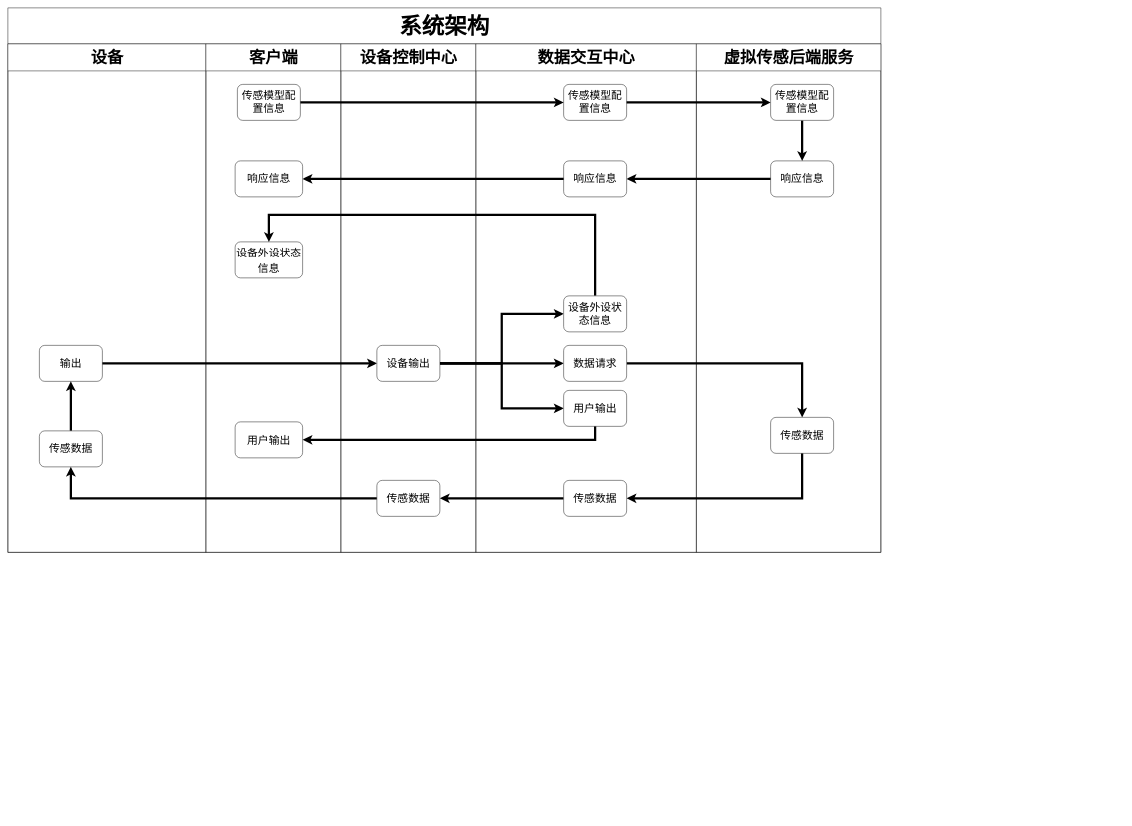
The draw.io diagram Copy of architecture.drawio in Placeboy/FakeHub, before the edit. Source tidied: cells renumbered, new cells numbered last; positions are measured from the earlier drawing's top-left corner, leaving out a move shared by most shapes. Both pictures are drawn from the tidied source at 45%, with x=0, y=0 at pixel (8, 8).
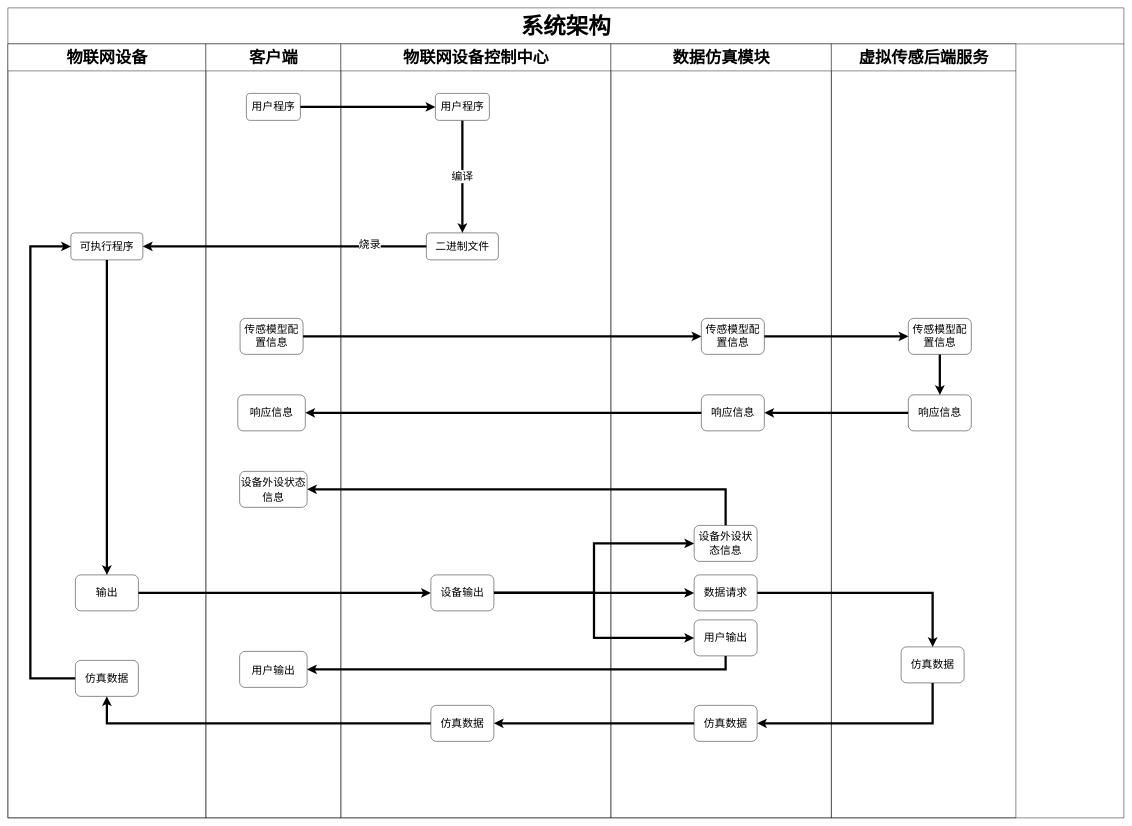
Above is the later version.

What changed in the source:
```diff
@@
     <mxCell id="2" value="&lt;font style=&quot;font-size: 50px;&quot;&gt;系统架构&lt;/font&gt;" style="swimlane;html=1;startSize=80;rounded=0;shadow=0;labelBackgroundColor=none;strokeWidth=1;fontFamily=Verdana;fontSize=8;align=center;" parent="1" vertex="1">
-      <mxGeometry width="1940" height="1210" as="geometry" />
+      <mxGeometry width="2480" height="1800" as="geometry" />
     </mxCell>
-    <mxCell id="3" value="&lt;font style=&quot;font-size: 36px;&quot;&gt;设备&lt;/font&gt;" style="swimlane;html=1;startSize=60;" parent="2" vertex="1">
-      <mxGeometry y="80" width="440" height="1130" as="geometry" />
+    <mxCell id="3" value="&lt;font style=&quot;font-size: 36px;&quot;&gt;物联网设备&lt;/font&gt;" style="swimlane;html=1;startSize=60;" parent="2" vertex="1">
+      <mxGeometry y="80" width="440" height="1720" as="geometry" />
     </mxCell>
     <mxCell id="4" value="&lt;font style=&quot;font-size: 24px;&quot;&gt;输出&lt;/font&gt;" style="rounded=1;whiteSpace=wrap;html=1;align=center;fillColor=default;strokeColor=default;" parent="3" vertex="1">
-      <mxGeometry x="70" y="670" width="140" height="80" as="geometry" />
+      <mxGeometry x="150" y="1180" width="140" height="80" as="geometry" />
     </mxCell>
-    <mxCell id="5" style="edgeStyle=orthogonalEdgeStyle;rounded=0;jettySize=auto;html=1;entryX=0.5;entryY=1;entryDx=0;entryDy=0;fontSize=28;fillColor=#d5e8d4;strokeColor=default;strokeWidth=5;" parent="3" edge="1" source="6" target="4">
-      <mxGeometry relative="1" as="geometry" />
-    </mxCell>
+    <mxCell id="41" style="edgeStyle=orthogonalEdgeStyle;rounded=0;jettySize=auto;html=1;entryX=0;entryY=0.5;entryDx=0;entryDy=0;fontSize=24;strokeWidth=5;" parent="3" edge="1" source="6" target="43">
+      <mxGeometry relative="1" as="geometry">
+        <Array as="points">
+          <mxPoint x="50" y="1410" />
+          <mxPoint x="50" y="450" />
+        </Array>
+      </mxGeometry>
+    </mxCell>
-    <mxCell id="6" value="&lt;font style=&quot;font-size: 24px&quot;&gt;传感数据&lt;/font&gt;" style="rounded=1;whiteSpace=wrap;html=1;align=center;" parent="3" vertex="1">
-      <mxGeometry x="70" y="860" width="140" height="80" as="geometry" />
+    <mxCell id="6" value="&lt;span style=&quot;font-size: 24px;&quot;&gt;仿真数据&lt;/span&gt;" style="rounded=1;whiteSpace=wrap;html=1;align=center;" parent="3" vertex="1">
+      <mxGeometry x="150" y="1370" width="140" height="80" as="geometry" />
     </mxCell>
+    <mxCell id="42" style="edgeStyle=orthogonalEdgeStyle;rounded=0;jettySize=auto;html=1;entryX=0.5;entryY=0;entryDx=0;entryDy=0;fontSize=24;strokeWidth=5;" parent="3" edge="1" source="43" target="4">
+      <mxGeometry relative="1" as="geometry" />
+    </mxCell>
+    <mxCell id="43" value="&lt;font style=&quot;font-size: 24px;&quot;&gt;可执行程序&lt;/font&gt;" style="rounded=1;whiteSpace=wrap;html=1;" parent="3" vertex="1">
+      <mxGeometry x="140" y="420" width="160" height="60" as="geometry" />
+    </mxCell>
     <mxCell id="7" value="&lt;font style=&quot;font-size: 36px;&quot;&gt;客户端&lt;/font&gt;" style="swimlane;html=1;startSize=60;swimlaneLine=1;glass=0;shadow=0;arcSize=15;" parent="2" vertex="1">
-      <mxGeometry x="440" y="80" width="300" height="1130" as="geometry" />
+      <mxGeometry x="440" y="80" width="300" height="1720" as="geometry" />
     </mxCell>
     <mxCell id="8" value="&lt;font style=&quot;font-size: 24px;&quot;&gt;用户输出&lt;/font&gt;" style="rounded=1;whiteSpace=wrap;html=1;fontSize=28;fillColor=#FFFFFF;strokeColor=#000000;" parent="7" vertex="1">
-      <mxGeometry x="65" y="840" width="150" height="80" as="geometry" />
+      <mxGeometry x="75" y="1350" width="150" height="80" as="geometry" />
     </mxCell>
     <mxCell id="9" value="&lt;span style=&quot;font-size: 24px;&quot;&gt;设备外设状态信息&lt;/span&gt;" style="rounded=1;whiteSpace=wrap;html=1;fontSize=28;fillColor=#FFFFFF;strokeColor=#000000;" parent="7" vertex="1">
-      <mxGeometry x="65" y="440" width="150" height="80" as="geometry" />
+      <mxGeometry x="75" y="950" width="150" height="80" as="geometry" />
     </mxCell>
     <mxCell id="10" value="&lt;span style=&quot;font-size: 24px;&quot;&gt;传感模型配置信息&lt;/span&gt;" style="rounded=1;whiteSpace=wrap;html=1;align=center;" parent="7" vertex="1">
-      <mxGeometry x="70" y="90" width="140" height="80" as="geometry" />
+      <mxGeometry x="76" y="610" width="140" height="80" as="geometry" />
     </mxCell>
     <mxCell id="11" value="&lt;span style=&quot;font-size: 24px&quot;&gt;响应信息&lt;/span&gt;" style="rounded=1;whiteSpace=wrap;html=1;align=center;" parent="7" vertex="1">
-      <mxGeometry x="65" y="260" width="150" height="80" as="geometry" />
+      <mxGeometry x="71" y="780" width="150" height="80" as="geometry" />
     </mxCell>
-    <mxCell id="12" style="edgeStyle=orthogonalEdgeStyle;rounded=0;jettySize=auto;html=1;fillColor=#d5e8d4;strokeColor=#000000;strokeWidth=5;" parent="2" edge="1" source="33" target="26">
-      <mxGeometry relative="1" as="geometry">
-        <Array as="points">
-          <mxPoint x="1765" y="1090" />
-        </Array>
-      </mxGeometry>
-    </mxCell>
+    <mxCell id="44" value="&lt;font style=&quot;font-size: 24px;&quot;&gt;用户程序&lt;/font&gt;" style="rounded=1;whiteSpace=wrap;html=1;" parent="7" vertex="1">
+      <mxGeometry x="90" y="110" width="120" height="60" as="geometry" />
+    </mxCell>
@@
     <mxCell id="18" style="edgeStyle=orthogonalEdgeStyle;rounded=0;jettySize=auto;html=1;entryX=1;entryY=0.5;entryDx=0;entryDy=0;strokeWidth=5;fillColor=#d5e8d4;strokeColor=#000000;" parent="2" edge="1" source="28" target="8">
       <mxGeometry relative="1" as="geometry">
         <Array as="points">
-          <mxPoint x="1305" y="910" />
+          <mxPoint x="1595" y="1470" />
         </Array>
       </mxGeometry>
     </mxCell>
@@
     <mxCell id="20" style="edgeStyle=orthogonalEdgeStyle;rounded=0;jettySize=auto;html=1;fontSize=24;strokeColor=default;strokeWidth=5;" parent="2" edge="1" source="29" target="9">
       <mxGeometry relative="1" as="geometry">
         <Array as="points">
-          <mxPoint x="1305" y="460" />
+          <mxPoint x="1595" y="1070" />
         </Array>
       </mxGeometry>
     </mxCell>
@@
-    <mxCell id="22" value="&lt;font style=&quot;font-size: 36px;&quot;&gt;设备控制中心&lt;/font&gt;" style="swimlane;html=1;startSize=60;" parent="2" vertex="1">
-      <mxGeometry x="740" y="80" width="300" height="1130" as="geometry" />
+    <mxCell id="22" value="&lt;font style=&quot;font-size: 36px;&quot;&gt;物联网设备控制中心&lt;/font&gt;" style="swimlane;html=1;startSize=60;" parent="2" vertex="1">
+      <mxGeometry x="740" y="80" width="600" height="1720" as="geometry" />
     </mxCell>
-    <mxCell id="23" value="&lt;font style=&quot;font-size: 24px&quot;&gt;传感数据&lt;/font&gt;" style="rounded=1;whiteSpace=wrap;html=1;align=center;" parent="22" vertex="1">
-      <mxGeometry x="80" y="970" width="140" height="80" as="geometry" />
+    <mxCell id="23" value="&lt;span style=&quot;font-size: 24px;&quot;&gt;仿真数据&lt;/span&gt;" style="rounded=1;whiteSpace=wrap;html=1;align=center;" parent="22" vertex="1">
+      <mxGeometry x="200" y="1470" width="140" height="80" as="geometry" />
     </mxCell>
     <mxCell id="24" value="&lt;span style=&quot;font-size: 24px&quot;&gt;设备输出&lt;/span&gt;" style="rounded=1;whiteSpace=wrap;html=1;align=center;shadow=0;" parent="22" vertex="1">
-      <mxGeometry x="80" y="670" width="140" height="80" as="geometry" />
+      <mxGeometry x="200" y="1180" width="140" height="80" as="geometry" />
     </mxCell>
+    <mxCell id="45" value="编译" style="edgeStyle=orthogonalEdgeStyle;rounded=0;jettySize=auto;html=1;exitX=0.5;exitY=1;exitDx=0;exitDy=0;entryX=0.5;entryY=0;entryDx=0;entryDy=0;fontSize=24;strokeWidth=5;" parent="22" edge="1" source="46" target="47">
+      <mxGeometry relative="1" as="geometry" />
+    </mxCell>
+    <mxCell id="46" value="&lt;font style=&quot;font-size: 24px;&quot;&gt;用户程序&lt;/font&gt;" style="rounded=1;whiteSpace=wrap;html=1;" parent="22" vertex="1">
+      <mxGeometry x="210" y="110" width="120" height="60" as="geometry" />
+    </mxCell>
+    <mxCell id="47" value="&lt;font style=&quot;font-size: 24px;&quot;&gt;二进制文件&lt;/font&gt;" style="rounded=1;whiteSpace=wrap;html=1;" parent="22" vertex="1">
+      <mxGeometry x="190" y="420" width="160" height="60" as="geometry" />
+    </mxCell>
-    <mxCell id="25" value="&lt;span style=&quot;text-align: start; font-family: 宋体;&quot;&gt;&lt;font style=&quot;font-size: 36px;&quot;&gt;数据交互中心&lt;/font&gt;&lt;/span&gt;&lt;span style=&quot;font-size: medium; font-weight: 400; text-align: start;&quot;&gt;&lt;/span&gt;" style="swimlane;html=1;startSize=60;" parent="2" vertex="1">
-      <mxGeometry x="1040" y="80" width="490" height="1130" as="geometry" />
+    <mxCell id="25" value="&lt;span style=&quot;text-align: start; font-family: 宋体;&quot;&gt;&lt;font style=&quot;font-size: 36px;&quot;&gt;数据仿真模块&lt;/font&gt;&lt;/span&gt;&lt;span style=&quot;font-size: medium; font-weight: 400; text-align: start;&quot;&gt;&lt;/span&gt;" style="swimlane;html=1;startSize=60;" parent="2" vertex="1">
+      <mxGeometry x="1340" y="80" width="490" height="1720" as="geometry" />
     </mxCell>
-    <mxCell id="26" value="&lt;span style=&quot;font-size: 24px&quot;&gt;传感数据&lt;/span&gt;" style="rounded=1;whiteSpace=wrap;html=1;align=center;" parent="25" vertex="1">
-      <mxGeometry x="195" y="970" width="140" height="80" as="geometry" />
+    <mxCell id="26" value="&lt;span style=&quot;font-size: 24px;&quot;&gt;仿真数据&lt;/span&gt;" style="rounded=1;whiteSpace=wrap;html=1;align=center;" parent="25" vertex="1">
+      <mxGeometry x="185" y="1470" width="140" height="80" as="geometry" />
     </mxCell>
     <mxCell id="27" value="&lt;span style=&quot;font-size: 24px&quot;&gt;数据请求&lt;/span&gt;" style="rounded=1;whiteSpace=wrap;html=1;align=center;" parent="25" vertex="1">
-      <mxGeometry x="195" y="670" width="140" height="80" as="geometry" />
+      <mxGeometry x="185" y="1180" width="140" height="80" as="geometry" />
     </mxCell>
     <mxCell id="28" value="&lt;span style=&quot;font-size: 24px&quot;&gt;用户输出&lt;/span&gt;" style="rounded=1;whiteSpace=wrap;html=1;align=center;" parent="25" vertex="1">
-      <mxGeometry x="195" y="770" width="140" height="80" as="geometry" />
+      <mxGeometry x="185" y="1280" width="140" height="80" as="geometry" />
     </mxCell>
     <mxCell id="29" value="&lt;span style=&quot;font-size: 24px&quot;&gt;设备外设状态信息&lt;/span&gt;" style="rounded=1;whiteSpace=wrap;html=1;align=center;" parent="25" vertex="1">
-      <mxGeometry x="195" y="560" width="140" height="80" as="geometry" />
+      <mxGeometry x="185" y="1070" width="140" height="80" as="geometry" />
     </mxCell>
     <mxCell id="30" value="&lt;span style=&quot;font-size: 24px;&quot;&gt;传感模型配置信息&lt;/span&gt;" style="rounded=1;whiteSpace=wrap;html=1;align=center;" parent="25" vertex="1">
-      <mxGeometry x="195" y="90" width="140" height="80" as="geometry" />
+      <mxGeometry x="201" y="610" width="140" height="80" as="geometry" />
     </mxCell>
     <mxCell id="31" value="&lt;span style=&quot;font-size: 24px&quot;&gt;响应信息&lt;/span&gt;" style="rounded=1;whiteSpace=wrap;html=1;align=center;" parent="25" vertex="1">
-      <mxGeometry x="195" y="260" width="140" height="80" as="geometry" />
+      <mxGeometry x="201" y="780" width="140" height="80" as="geometry" />
     </mxCell>
+    <mxCell id="37" style="edgeStyle=orthogonalEdgeStyle;rounded=0;jettySize=auto;html=1;entryX=0;entryY=0.5;entryDx=0;entryDy=0;strokeWidth=5;" parent="2" edge="1" source="10" target="30">
+      <mxGeometry relative="1" as="geometry" />
+    </mxCell>
+    <mxCell id="38" style="edgeStyle=orthogonalEdgeStyle;rounded=0;jettySize=auto;html=1;entryX=1;entryY=0.5;entryDx=0;entryDy=0;strokeWidth=5;" parent="2" edge="1" source="31" target="11">
+      <mxGeometry relative="1" as="geometry" />
+    </mxCell>
+    <mxCell id="39" style="edgeStyle=orthogonalEdgeStyle;rounded=0;jettySize=auto;html=1;entryX=0;entryY=0.5;entryDx=0;entryDy=0;strokeWidth=5;" parent="2" edge="1" source="30" target="36">
+      <mxGeometry relative="1" as="geometry" />
+    </mxCell>
+    <mxCell id="40" style="edgeStyle=orthogonalEdgeStyle;rounded=0;jettySize=auto;html=1;entryX=1;entryY=0.5;entryDx=0;entryDy=0;strokeWidth=5;" parent="2" edge="1" source="34" target="31">
+      <mxGeometry relative="1" as="geometry" />
+    </mxCell>
     <mxCell id="32" value="&lt;font style=&quot;font-size: 36px;&quot;&gt;虚拟传感后端服务&lt;/font&gt;" style="swimlane;html=1;startSize=60;" parent="2" vertex="1">
-      <mxGeometry x="1530" y="80" width="410" height="1130" as="geometry" />
+      <mxGeometry x="1830" y="80" width="410" height="1720" as="geometry" />
     </mxCell>
-    <mxCell id="33" value="&lt;span style=&quot;font-size: 24px;&quot;&gt;传感数据&lt;/span&gt;" style="rounded=1;whiteSpace=wrap;html=1;align=center;" parent="32" vertex="1">
-      <mxGeometry x="165" y="830" width="140" height="80" as="geometry" />
+    <mxCell id="33" value="&lt;span style=&quot;font-size: 24px;&quot;&gt;仿真数据&lt;/span&gt;" style="rounded=1;whiteSpace=wrap;html=1;align=center;" parent="32" vertex="1">
+      <mxGeometry x="155" y="1340" width="140" height="80" as="geometry" />
     </mxCell>
     <mxCell id="34" value="&lt;span style=&quot;font-size: 24px;&quot;&gt;响应信息&lt;/span&gt;" style="rounded=1;whiteSpace=wrap;html=1;align=center;" parent="32" vertex="1">
-      <mxGeometry x="165" y="260" width="140" height="80" as="geometry" />
+      <mxGeometry x="171" y="780" width="140" height="80" as="geometry" />
     </mxCell>
@@
     <mxCell id="36" value="&lt;span style=&quot;font-size: 24px;&quot;&gt;传感模型配置信息&lt;/span&gt;" style="rounded=1;whiteSpace=wrap;html=1;align=center;" parent="32" vertex="1">
-      <mxGeometry x="165" y="90" width="140" height="80" as="geometry" />
+      <mxGeometry x="171" y="610" width="140" height="80" as="geometry" />
     </mxCell>
-    <mxCell id="37" style="edgeStyle=orthogonalEdgeStyle;rounded=0;jettySize=auto;html=1;entryX=0;entryY=0.5;entryDx=0;entryDy=0;strokeWidth=5;" parent="2" edge="1" source="10" target="30">
-      <mxGeometry relative="1" as="geometry" />
-    </mxCell>
-    <mxCell id="38" style="edgeStyle=orthogonalEdgeStyle;rounded=0;jettySize=auto;html=1;entryX=1;entryY=0.5;entryDx=0;entryDy=0;strokeWidth=5;" parent="2" edge="1" source="31" target="11">
-      <mxGeometry relative="1" as="geometry" />
-    </mxCell>
-    <mxCell id="39" style="edgeStyle=orthogonalEdgeStyle;rounded=0;jettySize=auto;html=1;entryX=0;entryY=0.5;entryDx=0;entryDy=0;strokeWidth=5;" parent="2" edge="1" source="30" target="36">
-      <mxGeometry relative="1" as="geometry" />
-    </mxCell>
-    <mxCell id="40" style="edgeStyle=orthogonalEdgeStyle;rounded=0;jettySize=auto;html=1;entryX=1;entryY=0.5;entryDx=0;entryDy=0;strokeWidth=5;" parent="2" edge="1" source="34" target="31">
-      <mxGeometry relative="1" as="geometry" />
-    </mxCell>
+    <mxCell id="48" style="edgeStyle=orthogonalEdgeStyle;rounded=0;jettySize=auto;html=1;entryX=0;entryY=0.5;entryDx=0;entryDy=0;fontSize=24;strokeWidth=5;" parent="2" edge="1" source="44" target="46">
+      <mxGeometry relative="1" as="geometry" />
+    </mxCell>
+    <mxCell id="49" style="edgeStyle=orthogonalEdgeStyle;rounded=0;jettySize=auto;html=1;entryX=1;entryY=0.5;entryDx=0;entryDy=0;fontSize=24;strokeWidth=5;" parent="2" edge="1" source="47" target="43">
+      <mxGeometry relative="1" as="geometry" />
+    </mxCell>
+    <mxCell id="50" value="烧录" style="edgeLabel;html=1;align=center;verticalAlign=middle;fontSize=24;" parent="49" vertex="1">
+      <mxGeometry x="-0.6" y="-5" relative="1" as="geometry">
+        <mxPoint x="-1" as="offset" />
+      </mxGeometry>
+    </mxCell>
+    <mxCell id="12" style="edgeStyle=orthogonalEdgeStyle;rounded=0;jettySize=auto;html=1;entryX=1;entryY=0.5;entryDx=0;entryDy=0;fontSize=24;strokeWidth=5;" parent="2" edge="1" source="33" target="26">
+      <mxGeometry relative="1" as="geometry">
+        <Array as="points">
+          <mxPoint x="2055" y="1590" />
+        </Array>
+      </mxGeometry>
+    </mxCell>
```
